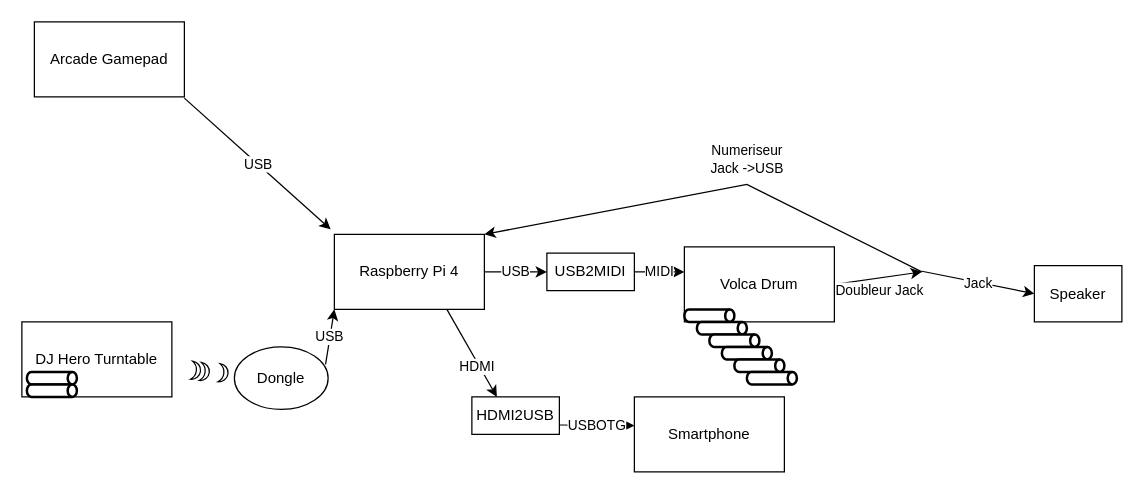
This is Untitled Diagram.drawio from abouchereau/volca-drum-hid-control, a draw.io file, before an edit. Source tidied: cells renumbered, new cells numbered last; positions are measured from the earlier drawing's top-left corner, leaving out a move shared by most shapes. Both pictures are drawn from the tidied source at 125%, with x=0, y=0 at pixel (21, 21).
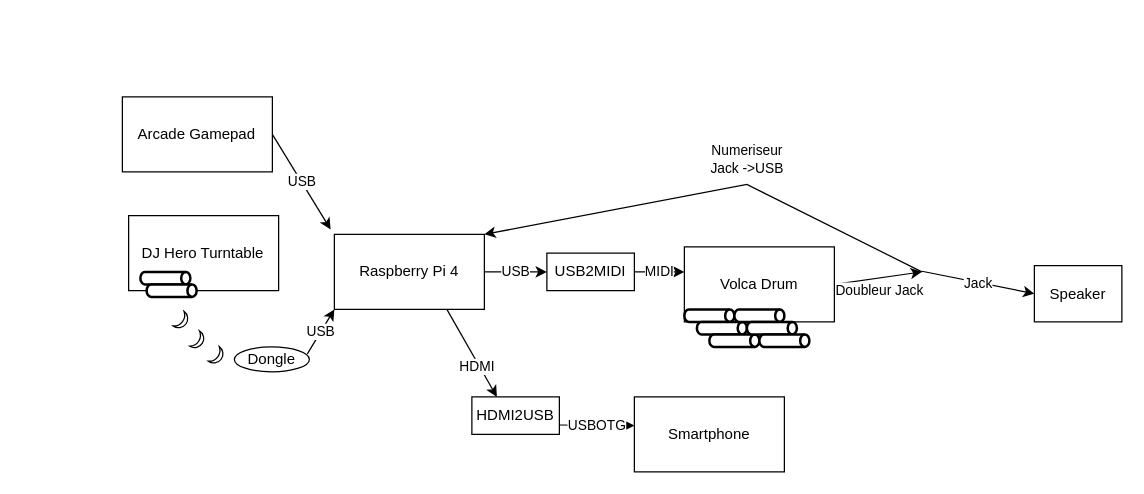
After the change.

The edit, as a diff of the source:
```diff
@@
-    <mxCell id="2" value="&lt;div&gt;USB&lt;/div&gt;" style="endArrow=classic;html=1;rounded=0;entryX=-0.025;entryY=-0.067;entryDx=0;entryDy=0;entryPerimeter=0;exitX=1;exitY=1.017;exitDx=0;exitDy=0;exitPerimeter=0;" parent="1" edge="1">
+    <mxCell id="2" value="&lt;div&gt;USB&lt;/div&gt;" style="endArrow=classic;html=1;rounded=0;entryX=-0.025;entryY=-0.067;entryDx=0;entryDy=0;entryPerimeter=0;exitX=1;exitY=0.5;exitDx=0;exitDy=0;" parent="1" edge="1" source="4">
       <mxGeometry relative="1" as="geometry">
-        <mxPoint x="130" y="61" as="sourcePoint" />
         <mxPoint x="247" y="166" as="targetPoint" />
       </mxGeometry>
     </mxCell>
     <mxCell id="3" value="&lt;div&gt;DJ Hero Turntable&lt;/div&gt;" style="rounded=0;whiteSpace=wrap;html=1;" parent="1" vertex="1">
-      <mxGeometry y="240" width="120" height="60" as="geometry" />
+      <mxGeometry x="85.4" y="155" width="120" height="60" as="geometry" />
     </mxCell>
     <mxCell id="4" value="Arcade Gamepad" style="rounded=0;whiteSpace=wrap;html=1;" parent="1" vertex="1">
-      <mxGeometry x="10" width="120" height="60" as="geometry" />
+      <mxGeometry x="80.4" y="60" width="120" height="60" as="geometry" />
     </mxCell>
@@
     <mxCell id="6" value="Dongle" style="ellipse;whiteSpace=wrap;html=1;" parent="1" vertex="1">
-      <mxGeometry x="170" y="260" width="75" height="50" as="geometry" />
+      <mxGeometry x="170" y="260" width="60" height="20" as="geometry" />
     </mxCell>
@@
     <mxCell id="8" style="strokeWidth=2;html=1;shape=mxgraph.flowchart.direct_data;whiteSpace=wrap;" parent="1" vertex="1">
-      <mxGeometry x="4" y="280" width="40" height="10" as="geometry" />
+      <mxGeometry x="94.8" y="200" width="40" height="10" as="geometry" />
     </mxCell>
     <mxCell id="9" style="strokeWidth=2;html=1;shape=mxgraph.flowchart.direct_data;whiteSpace=wrap;" parent="1" vertex="1">
-      <mxGeometry x="4" y="290" width="40" height="10" as="geometry" />
+      <mxGeometry x="99.8" y="210" width="40" height="10" as="geometry" />
     </mxCell>
-    <mxCell id="10" style="verticalLabelPosition=bottom;verticalAlign=top;html=1;shape=mxgraph.basic.moon;rotation=-150;" parent="1" vertex="1">
-      <mxGeometry x="132.8" y="271.8" width="11.2" height="15" as="geometry" />
+    <mxCell id="10" style="verticalLabelPosition=bottom;verticalAlign=top;html=1;shape=mxgraph.basic.moon;rotation=-120;" parent="1" vertex="1">
+      <mxGeometry x="121.8" y="231.8" width="11.2" height="15" as="geometry" />
     </mxCell>
-    <mxCell id="11" style="verticalLabelPosition=bottom;verticalAlign=top;html=1;shape=mxgraph.basic.moon;rotation=-150;" parent="1" vertex="1">
-      <mxGeometry x="139.8" y="272.8" width="11.2" height="15" as="geometry" />
+    <mxCell id="11" style="verticalLabelPosition=bottom;verticalAlign=top;html=1;shape=mxgraph.basic.moon;rotation=-125;" parent="1" vertex="1">
+      <mxGeometry x="134.8" y="247.5" width="11.2" height="15" as="geometry" />
     </mxCell>
-    <mxCell id="12" style="verticalLabelPosition=bottom;verticalAlign=top;html=1;shape=mxgraph.basic.moon;rotation=-150;" parent="1" vertex="1">
-      <mxGeometry x="154.8" y="273.8" width="11.2" height="15" as="geometry" />
+    <mxCell id="12" style="verticalLabelPosition=bottom;verticalAlign=top;html=1;shape=mxgraph.basic.moon;rotation=-120;" parent="1" vertex="1">
+      <mxGeometry x="150" y="260" width="11.2" height="15" as="geometry" />
     </mxCell>
@@
     <mxCell id="20" style="strokeWidth=2;html=1;shape=mxgraph.flowchart.direct_data;whiteSpace=wrap;" parent="1" vertex="1">
-      <mxGeometry x="560" y="260" width="40" height="10" as="geometry" />
+      <mxGeometry x="570" y="230" width="40" height="10" as="geometry" />
     </mxCell>
     <mxCell id="21" style="strokeWidth=2;html=1;shape=mxgraph.flowchart.direct_data;whiteSpace=wrap;" parent="1" vertex="1">
-      <mxGeometry x="570" y="270" width="40" height="10" as="geometry" />
+      <mxGeometry x="580" y="240" width="40" height="10" as="geometry" />
     </mxCell>
     <mxCell id="22" style="strokeWidth=2;html=1;shape=mxgraph.flowchart.direct_data;whiteSpace=wrap;" parent="1" vertex="1">
-      <mxGeometry x="580" y="280" width="40" height="10" as="geometry" />
+      <mxGeometry x="590" y="250" width="40" height="10" as="geometry" />
     </mxCell>
```
